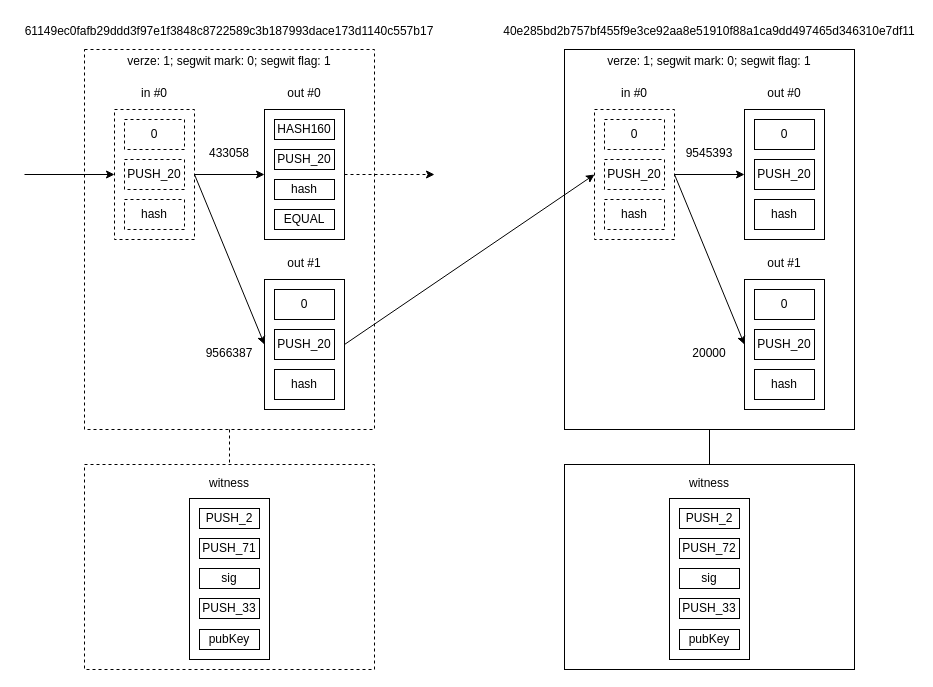
iWarpBTC/iWarpBTC.github.io keeps this draw.io diagram as diagram/txs.drawio. Above is the earlier version. Source tidied: cells renumbered, new cells numbered last; positions are measured from the earlier drawing's top-left corner, leaving out a move shared by most shapes. Both pictures are drawn from the tidied source at 100%, with x=0, y=0 at pixel (24, 17).
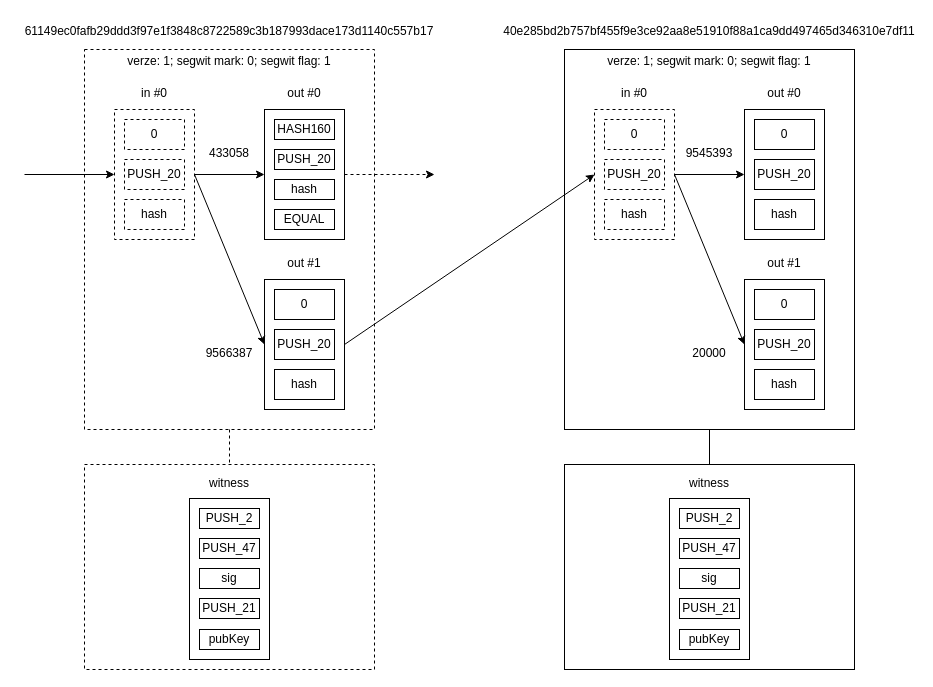
The same page after the edit.

Change to the diagram source:
```diff
@@
-    <mxCell id="57" value="&lt;div&gt;PUSH_71&lt;/div&gt;" style="rounded=0;whiteSpace=wrap;html=1;align=center;" parent="1" vertex="1">
+    <mxCell id="57" value="&lt;div&gt;PUSH_47&lt;/div&gt;" style="rounded=0;whiteSpace=wrap;html=1;align=center;" parent="1" vertex="1">
       <mxGeometry x="175" y="521" width="60" height="20" as="geometry" />
     </mxCell>
@@
-    <mxCell id="59" value="PUSH_33" style="rounded=0;whiteSpace=wrap;html=1;align=center;" parent="1" vertex="1">
+    <mxCell id="59" value="PUSH_21" style="rounded=0;whiteSpace=wrap;html=1;align=center;" parent="1" vertex="1">
       <mxGeometry x="175" y="581" width="60" height="20" as="geometry" />
     </mxCell>
@@
-    <mxCell id="65" value="&lt;div&gt;PUSH_72&lt;/div&gt;" style="rounded=0;whiteSpace=wrap;html=1;align=center;" parent="1" vertex="1">
+    <mxCell id="65" value="&lt;div&gt;PUSH_47&lt;/div&gt;" style="rounded=0;whiteSpace=wrap;html=1;align=center;" parent="1" vertex="1">
       <mxGeometry x="655" y="521" width="60" height="20" as="geometry" />
     </mxCell>
@@
-    <mxCell id="67" value="PUSH_33" style="rounded=0;whiteSpace=wrap;html=1;align=center;" parent="1" vertex="1">
+    <mxCell id="67" value="PUSH_21" style="rounded=0;whiteSpace=wrap;html=1;align=center;" parent="1" vertex="1">
       <mxGeometry x="655" y="581" width="60" height="20" as="geometry" />
     </mxCell>
```
